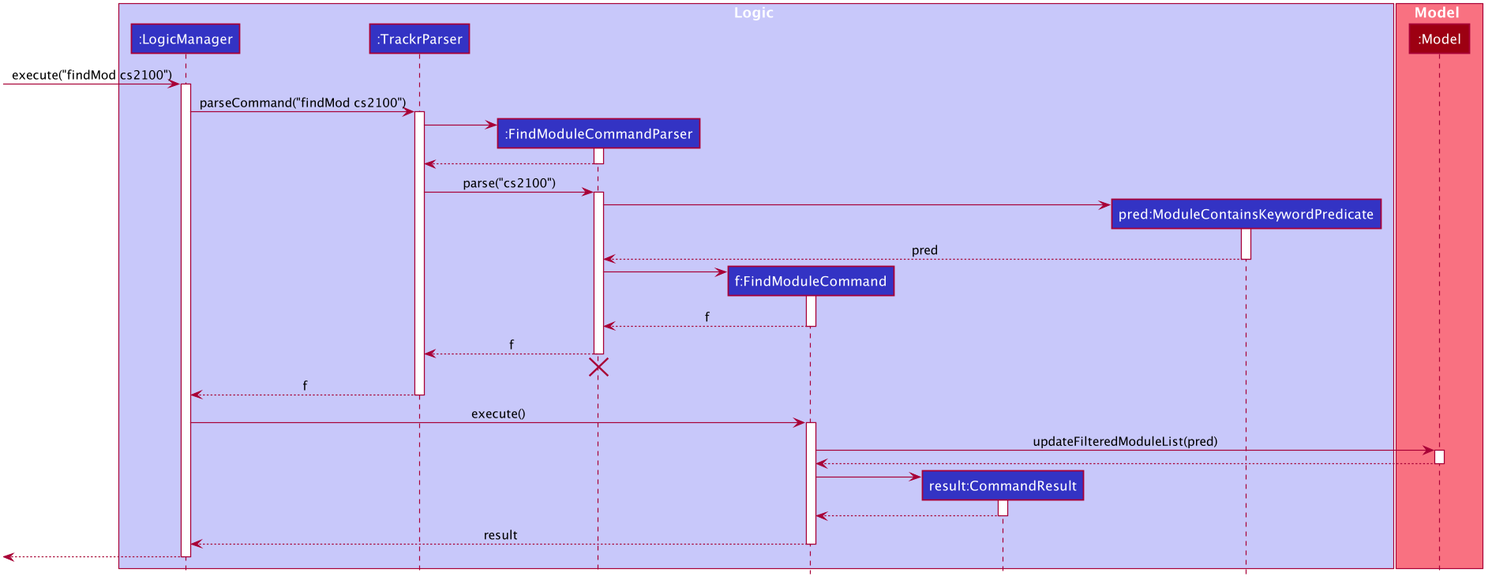
The PlantUML diagram docs/images/FindModuleSequenceDiagram.png in nus-cs2103-AY2021S1/tp, before a commit. Its diagram source:
```plantuml
@startuml








skinparam BackgroundColor #FFFFFFF

skinparam Shadowing false

skinparam Class {
    FontColor #FFFFFF
    BorderThickness 1
    BorderColor #FFFFFF
    StereotypeFontColor #FFFFFF
    FontName Arial
}

skinparam Actor {
    BorderColor #000000
    Color #000000
    FontName Arial
}

skinparam Sequence {
    MessageAlign center
    BoxFontSize 15
    BoxPadding 0
    BoxFontColor #FFFFFF
    FontName Arial
}

skinparam Participant {
    FontColor #FFFFFFF
    Padding 20
}

skinparam MinClassWidth 50
skinparam ParticipantPadding 10
skinparam Shadowing false
skinparam DefaultTextAlignment center
skinparam packageStyle Rectangle

hide footbox
hide members
hide circle

box Logic #C8C8FA
participant ":LogicManager" as LogicManager #3333C4
participant ":TrackrParser" as TrackrParser #3333C4
participant ":FindModuleCommandParser" as FindModuleCommandParser #3333C4
participant "f:FindModuleCommand" as FindModuleCommand #3333C4
participant "result:CommandResult" as CommandResult #3333C4
participant "pred:ModuleContainsKeywordPredicate" as ModuleContainsKeywordPredicate #3333C4
end box

box Model #F97181
participant ":Model" as Model #9D0012
end box

[-> LogicManager : execute("findMod cs2100")
activate LogicManager

LogicManager -> TrackrParser : parseCommand("findMod cs2100")
activate TrackrParser

create FindModuleCommandParser
TrackrParser -> FindModuleCommandParser
activate FindModuleCommandParser

FindModuleCommandParser --> TrackrParser
deactivate FindModuleCommandParser

TrackrParser -> FindModuleCommandParser : parse("cs2100")
activate FindModuleCommandParser

create ModuleContainsKeywordPredicate
FindModuleCommandParser -> ModuleContainsKeywordPredicate
activate ModuleContainsKeywordPredicate

ModuleContainsKeywordPredicate --> FindModuleCommandParser: pred
deactivate ModuleContainsKeywordPredicate

create FindModuleCommand
FindModuleCommandParser -> FindModuleCommand
activate FindModuleCommand

FindModuleCommand --> FindModuleCommandParser : f
deactivate FindModuleCommand

FindModuleCommandParser --> TrackrParser : f
deactivate FindModuleCommandParser
FindModuleCommandParser -[hidden]-> TrackrParser
destroy FindModuleCommandParser

TrackrParser --> LogicManager : f
deactivate TrackrParser

LogicManager -> FindModuleCommand : execute()
activate FindModuleCommand

FindModuleCommand -> Model : updateFilteredModuleList(pred)
activate Model

Model --> FindModuleCommand
deactivate Model

create CommandResult
FindModuleCommand -> CommandResult
activate CommandResult

CommandResult --> FindModuleCommand
deactivate CommandResult

FindModuleCommand --> LogicManager : result
deactivate FindModuleCommand

[<--LogicManager
deactivate LogicManager
@enduml
```
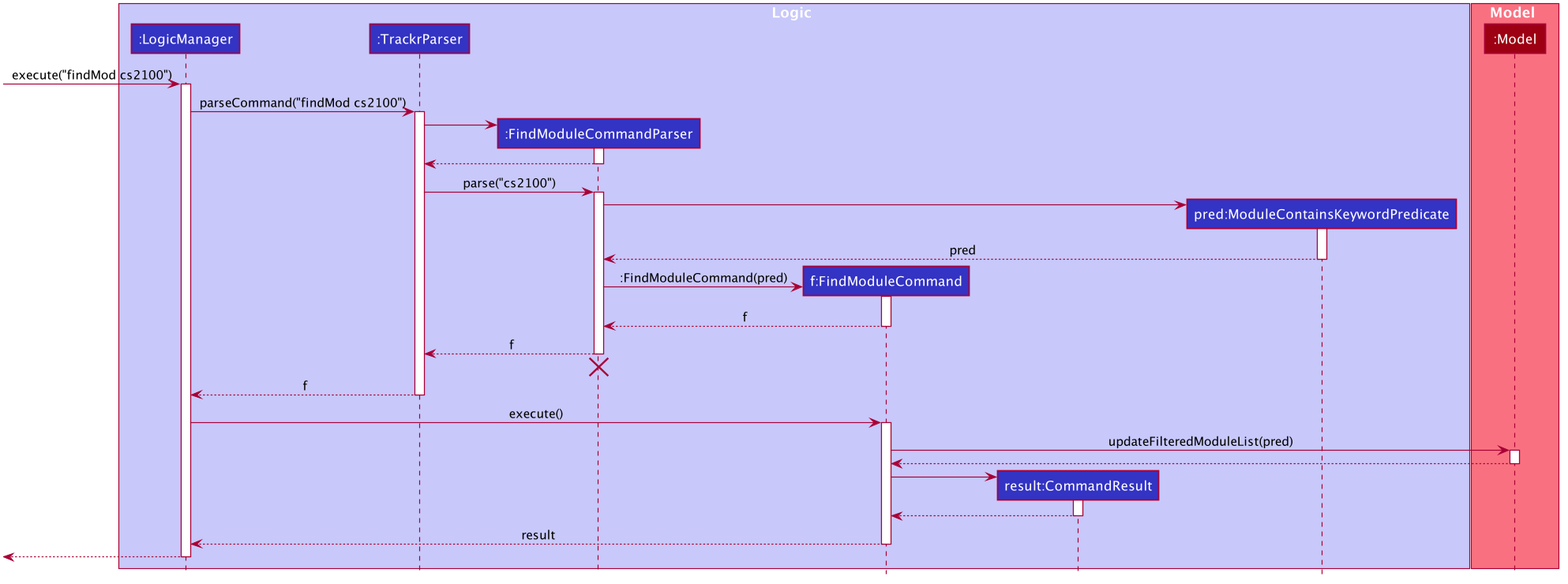
The same file after the commit.

Diff of the diagram source:
```diff
@@ -85,7 +85,7 @@
 deactivate ModuleContainsKeywordPredicate
 
 create FindModuleCommand
-FindModuleCommandParser -> FindModuleCommand
+FindModuleCommandParser -> FindModuleCommand: :FindModuleCommand(pred)
 activate FindModuleCommand
 
 FindModuleCommand --> FindModuleCommandParser : f
```
